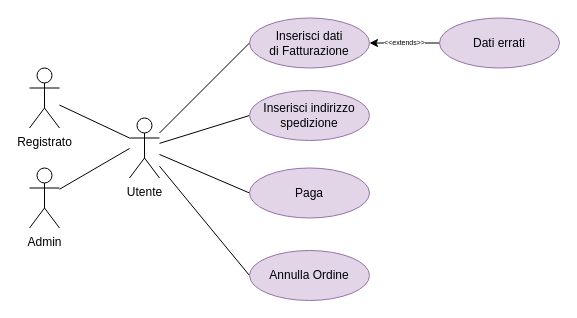
Above: page "Cassa" (4 of 6) of Docs/Requirements Analysis/Diagrams/Use Cases/Winer.drawio in Gprisco/winer-unisa (draw.io), before the change. Source tidied: cells renumbered, new cells numbered last; positions are measured from the earlier drawing's top-left corner, leaving out a move shared by most shapes. Both pictures are drawn from the tidied source at 100%, with x=0, y=0 at pixel (29, 18).
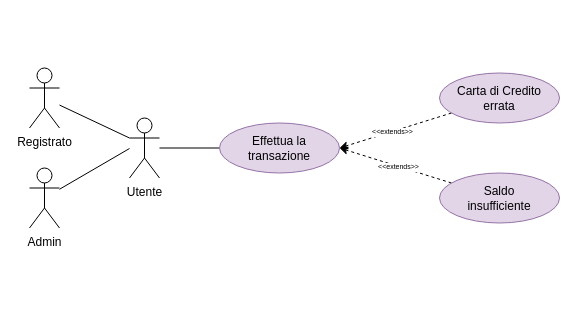
After the change.

The edit, as a diff of the source:
```diff
@@
 <mxGraphModel>
   <root>
     <mxCell id="0" />
     <mxCell id="1" parent="0" />
-    <mxCell id="2" style="edgeStyle=none;rounded=0;jettySize=auto;html=1;entryX=0;entryY=0.5;entryDx=0;entryDy=0;fontSize=7;endArrow=none;endFill=0;" parent="1" edge="1" source="6" target="12">
-      <mxGeometry relative="1" as="geometry" />
-    </mxCell>
-    <mxCell id="3" style="edgeStyle=none;rounded=0;jettySize=auto;html=1;entryX=0;entryY=0.5;entryDx=0;entryDy=0;fontSize=7;endArrow=none;endFill=0;" parent="1" edge="1" source="6" target="11">
-      <mxGeometry relative="1" as="geometry" />
-    </mxCell>
-    <mxCell id="4" style="rounded=0;jettySize=auto;html=1;entryX=0;entryY=0.5;entryDx=0;entryDy=0;fontSize=7;endArrow=none;endFill=0;" parent="1" edge="1" source="6" target="13">
-      <mxGeometry relative="1" as="geometry" />
-    </mxCell>
     <mxCell id="5" style="edgeStyle=none;rounded=0;jettySize=auto;html=1;entryX=0;entryY=0.5;entryDx=0;entryDy=0;fontSize=7;endArrow=none;endFill=0;" parent="1" edge="1" source="6" target="14">
       <mxGeometry relative="1" as="geometry" />
     </mxCell>
     <mxCell id="6" value="Utente" style="shape=umlActor;verticalLabelPosition=bottom;verticalAlign=top;html=1;outlineConnect=0;" parent="1" vertex="1">
       <mxGeometry x="100" y="99.5" width="30" height="60" as="geometry" />
     </mxCell>
     <mxCell id="7" style="edgeStyle=none;rounded=0;jettySize=auto;html=1;fontSize=7;endArrow=none;endFill=0;entryX=0;entryY=0.3333333333333333;entryDx=0;entryDy=0;entryPerimeter=0;" parent="1" edge="1" source="8" target="6">
       <mxGeometry relative="1" as="geometry" />
     </mxCell>
     <mxCell id="8" value="Registrato" style="shape=umlActor;verticalLabelPosition=bottom;verticalAlign=top;html=1;outlineConnect=0;" parent="1" vertex="1">
       <mxGeometry y="49.5" width="30" height="60" as="geometry" />
     </mxCell>
     <mxCell id="9" style="edgeStyle=none;rounded=0;jettySize=auto;html=1;fontSize=7;endArrow=none;endFill=0;" parent="1" edge="1" source="10">
       <mxGeometry relative="1" as="geometry">
         <mxPoint x="100" y="130" as="targetPoint" />
       </mxGeometry>
     </mxCell>
     <mxCell id="10" value="Admin" style="shape=umlActor;verticalLabelPosition=bottom;verticalAlign=top;html=1;outlineConnect=0;" parent="1" vertex="1">
       <mxGeometry y="149.5" width="30" height="60" as="geometry" />
     </mxCell>
-    <mxCell id="11" value="Inserisci indirizzo&lt;br&gt;spedizione" style="ellipse;whiteSpace=wrap;html=1;fillColor=#e1d5e7;strokeColor=#9673a6;" parent="1" vertex="1">
-      <mxGeometry x="220" y="72" width="120" height="50" as="geometry" />
-    </mxCell>
-    <mxCell id="12" value="Annulla Ordine" style="ellipse;whiteSpace=wrap;html=1;fillColor=#e1d5e7;strokeColor=#9673a6;" parent="1" vertex="1">
-      <mxGeometry x="220" y="232" width="120" height="50" as="geometry" />
-    </mxCell>
-    <mxCell id="13" value="Paga" style="ellipse;whiteSpace=wrap;html=1;fillColor=#e1d5e7;strokeColor=#9673a6;" parent="1" vertex="1">
-      <mxGeometry x="220" y="149.5" width="120" height="50" as="geometry" />
-    </mxCell>
-    <mxCell id="14" value="Inserisci dati&lt;br&gt;di Fatturazione" style="ellipse;whiteSpace=wrap;html=1;fillColor=#e1d5e7;strokeColor=#9673a6;" parent="1" vertex="1">
-      <mxGeometry x="220" y="-0.5" width="120" height="50" as="geometry" />
+    <mxCell id="14" value="Effettua la&lt;br&gt;transazione" style="ellipse;whiteSpace=wrap;html=1;fillColor=#e1d5e7;strokeColor=#9673a6;" parent="1" vertex="1">
+      <mxGeometry x="190" y="104.5" width="120" height="50" as="geometry" />
     </mxCell>
-    <mxCell id="15" value="&amp;lt;&amp;lt;extends&amp;gt;&amp;gt;" style="edgeStyle=none;rounded=0;jettySize=auto;html=1;entryX=1;entryY=0.5;entryDx=0;entryDy=0;fontSize=7;endArrow=classic;endFill=1;" parent="1" edge="1" source="16" target="14">
-      <mxGeometry relative="1" as="geometry" />
+    <mxCell id="15" value="&amp;lt;&amp;lt;extends&amp;gt;&amp;gt;" style="edgeStyle=none;rounded=0;jettySize=auto;html=1;entryX=1;entryY=0.5;entryDx=0;entryDy=0;fontSize=7;endArrow=classic;endFill=1;dashed=1;" parent="1" edge="1" source="16" target="14">
+      <mxGeometry x="0.06" y="1" relative="1" as="geometry" />
     </mxCell>
+    <mxCell id="17" style="edgeStyle=none;rounded=0;jettySize=auto;html=1;entryX=1;entryY=0.5;entryDx=0;entryDy=0;dashed=1;endArrow=classic;endFill=1;" parent="1" edge="1" source="19" target="14">
+      <mxGeometry relative="1" as="geometry" />
+    </mxCell>
+    <mxCell id="18" value="&amp;lt;&amp;lt;extends&amp;gt;&amp;gt;" style="edgeLabel;html=1;align=center;verticalAlign=middle;fontSize=7;" parent="17" vertex="1">
+      <mxGeometry x="-0.04" y="1" relative="1" as="geometry" />
+    </mxCell>
-    <mxCell id="16" value="Dati errati" style="ellipse;whiteSpace=wrap;html=1;fillColor=#e1d5e7;strokeColor=#9673a6;" parent="1" vertex="1">
-      <mxGeometry x="410" y="-0.5" width="120" height="50" as="geometry" />
+    <mxCell id="16" value="Carta di Credito&lt;br&gt;errata" style="ellipse;whiteSpace=wrap;html=1;fillColor=#e1d5e7;strokeColor=#9673a6;" parent="1" vertex="1">
+      <mxGeometry x="410" y="54.5" width="120" height="50" as="geometry" />
     </mxCell>
+    <mxCell id="19" value="Saldo&lt;br&gt;insufficiente" style="ellipse;whiteSpace=wrap;html=1;fillColor=#e1d5e7;strokeColor=#9673a6;" parent="1" vertex="1">
+      <mxGeometry x="410" y="154.5" width="120" height="50" as="geometry" />
+    </mxCell>
   </root>
 </mxGraphModel>
```
